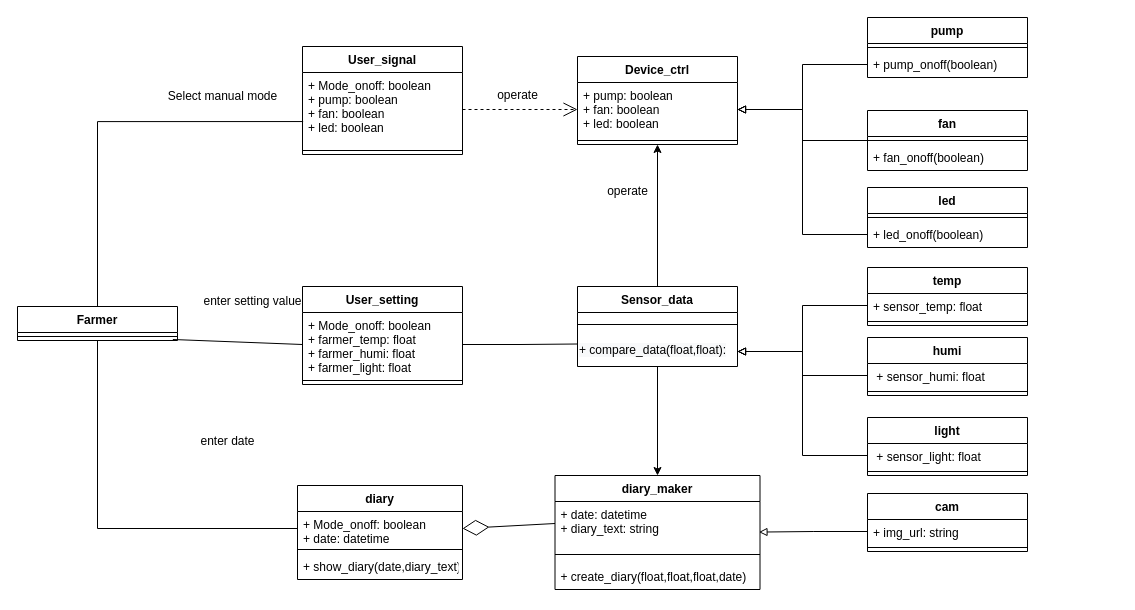
This is 5주차/클래스 다이어그램/class_dg_ver2.drawio from sonmyungwon/Software-Development, a draw.io file, before an edit. Source tidied: cells renumbered, new cells numbered last; positions are measured from the earlier drawing's top-left corner, leaving out a move shared by most shapes. Both pictures are drawn from the tidied source at 100%, with x=0, y=0 at pixel (17, 17).
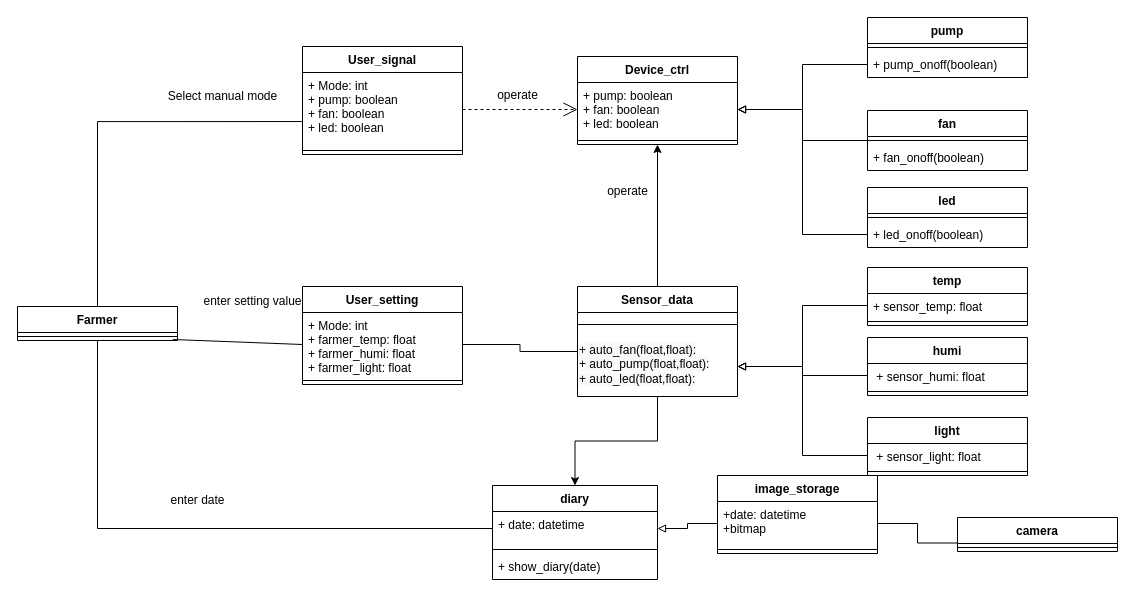
After the change.

The change refers to these unchanged cells:
```xml
<mxCell id="17" value="User_signal" style="swimlane;fontStyle=1;align=center;verticalAlign=top;horizontal=1;startSize=26;" parent="1" vertex="1">
  <mxGeometry x="285" y="29" width="160" height="108" as="geometry" />
</mxCell>
<mxCell id="20" value="User_setting" style="swimlane;fontStyle=1;align=center;verticalAlign=top;horizontal=1;startSize=26;" parent="1" vertex="1">
  <mxGeometry x="285" y="269" width="160" height="98" as="geometry" />
</mxCell>
```

Diff of the diagram source:
```diff
@@
     <mxCell id="6" value="Sensor_data" style="swimlane;fontStyle=1;align=center;verticalAlign=top;horizontal=1;startSize=26;" parent="1" vertex="1">
-      <mxGeometry x="560" y="269" width="160" height="80" as="geometry" />
+      <mxGeometry x="560" y="269" width="160" height="110" as="geometry" />
     </mxCell>
@@
-    <mxCell id="8" value="&lt;span style=&quot;color: rgb(0, 0, 0); font-family: Helvetica; font-size: 12px; font-style: normal; font-variant-ligatures: normal; font-variant-caps: normal; font-weight: 400; letter-spacing: normal; orphans: 2; text-align: left; text-indent: 0px; text-transform: none; widows: 2; word-spacing: 0px; -webkit-text-stroke-width: 0px; background-color: rgb(248, 249, 250); text-decoration-thickness: initial; text-decoration-style: initial; text-decoration-color: initial; float: none; display: inline !important;&quot;&gt;+ compare_data(float,float):&lt;/span&gt;" style="text;whiteSpace=wrap;html=1;" parent="6" vertex="1">
-      <mxGeometry y="50" width="160" height="30" as="geometry" />
+    <mxCell id="8" value="&lt;span style=&quot;color: rgb(0, 0, 0); font-family: Helvetica; font-size: 12px; font-style: normal; font-variant-ligatures: normal; font-variant-caps: normal; font-weight: 400; letter-spacing: normal; orphans: 2; text-align: left; text-indent: 0px; text-transform: none; widows: 2; word-spacing: 0px; -webkit-text-stroke-width: 0px; background-color: rgb(248, 249, 250); text-decoration-thickness: initial; text-decoration-style: initial; text-decoration-color: initial; float: none; display: inline !important;&quot;&gt;+ auto_fan(float,float):&lt;br&gt;+ auto_pump(float,float):&lt;br&gt;+ auto_led(float,float):&lt;br&gt;&lt;/span&gt;" style="text;whiteSpace=wrap;html=1;" parent="6" vertex="1">
+      <mxGeometry y="50" width="160" height="60" as="geometry" />
     </mxCell>
     <mxCell id="9" value="diary" style="swimlane;fontStyle=1;align=center;verticalAlign=top;horizontal=1;startSize=26;" parent="1" vertex="1">
-      <mxGeometry x="280" y="468" width="165" height="94" as="geometry" />
+      <mxGeometry x="475" y="468" width="165" height="94" as="geometry" />
     </mxCell>
-    <mxCell id="10" value="+ Mode_onoff: boolean&#10;+ date: datetime&#10;" style="text;strokeColor=none;fillColor=none;align=left;verticalAlign=top;spacingLeft=4;spacingRight=4;overflow=hidden;points=[[0,0.5],[1,0.5]];portConstraint=eastwest;" parent="9" vertex="1">
+    <mxCell id="10" value="+ date: datetime&#10;" style="text;strokeColor=none;fillColor=none;align=left;verticalAlign=top;spacingLeft=4;spacingRight=4;overflow=hidden;points=[[0,0.5],[1,0.5]];portConstraint=eastwest;" parent="9" vertex="1">
       <mxGeometry y="26" width="165" height="34" as="geometry" />
     </mxCell>
@@
-    <mxCell id="12" value="+ show_diary(date,diary_text)" style="text;strokeColor=none;fillColor=none;align=left;verticalAlign=top;spacingLeft=4;spacingRight=4;overflow=hidden;" parent="9" vertex="1">
+    <mxCell id="12" value="+ show_diary(date)" style="text;strokeColor=none;fillColor=none;align=left;verticalAlign=top;spacingLeft=4;spacingRight=4;overflow=hidden;" parent="9" vertex="1">
       <mxGeometry y="68" width="165" height="26" as="geometry" />
     </mxCell>
@@
-    <mxCell id="18" value="+ Mode_onoff: boolean&#10;+ pump: boolean&#10;+ fan: boolean&#10;+ led: boolean&#10;" style="text;strokeColor=none;fillColor=none;align=left;verticalAlign=top;spacingLeft=4;spacingRight=4;overflow=hidden;points=[[0,0.5],[1,0.5]];portConstraint=eastwest;" parent="17" vertex="1">
+    <mxCell id="18" value="+ Mode: int&#10;+ pump: boolean&#10;+ fan: boolean&#10;+ led: boolean&#10;" style="text;strokeColor=none;fillColor=none;align=left;verticalAlign=top;spacingLeft=4;spacingRight=4;overflow=hidden;points=[[0,0.5],[1,0.5]];portConstraint=eastwest;" parent="17" vertex="1">
       <mxGeometry y="26" width="160" height="74" as="geometry" />
     </mxCell>
@@
-    <mxCell id="21" value="+ Mode_onoff: boolean&#10;+ farmer_temp: float&#10;+ farmer_humi: float&#10;+ farmer_light: float" style="text;strokeColor=none;fillColor=none;align=left;verticalAlign=top;spacingLeft=4;spacingRight=4;overflow=hidden;points=[[0,0.5],[1,0.5]];portConstraint=eastwest;" parent="20" vertex="1">
+    <mxCell id="21" value="+ Mode: int&#10;+ farmer_temp: float&#10;+ farmer_humi: float&#10;+ farmer_light: float" style="text;strokeColor=none;fillColor=none;align=left;verticalAlign=top;spacingLeft=4;spacingRight=4;overflow=hidden;points=[[0,0.5],[1,0.5]];portConstraint=eastwest;" parent="20" vertex="1">
       <mxGeometry y="26" width="160" height="64" as="geometry" />
     </mxCell>
@@
     <mxCell id="28" value="enter date" style="text;html=1;align=center;verticalAlign=middle;strokeColor=none;fillColor=none;" parent="1" vertex="1">
-      <mxGeometry x="170" y="409" width="80" height="30" as="geometry" />
+      <mxGeometry x="140" y="468" width="80" height="30" as="geometry" />
     </mxCell>
-    <mxCell id="29" value="diary_maker" style="swimlane;fontStyle=1;align=center;verticalAlign=top;horizontal=1;startSize=26;" parent="1" vertex="1">
-      <mxGeometry x="537.5" y="458" width="205" height="114" as="geometry" />
-    </mxCell>
-    <mxCell id="30" value="+ date: datetime&#10;+ diary_text: string&#10;" style="text;strokeColor=none;fillColor=none;align=left;verticalAlign=top;spacingLeft=4;spacingRight=4;overflow=hidden;points=[[0,0.5],[1,0.5]];portConstraint=eastwest;" parent="29" vertex="1">
-      <mxGeometry y="26" width="205" height="44" as="geometry" />
-    </mxCell>
-    <mxCell id="31" style="line;strokeWidth=1;fillColor=none;align=left;verticalAlign=middle;spacingTop=-1;spacingLeft=3;spacingRight=3;labelPosition=right;strokeColor=inherit;" parent="29" vertex="1">
-      <mxGeometry y="70" width="205" height="18" as="geometry" />
-    </mxCell>
-    <mxCell id="32" value="+ create_diary(float,float,float,date)" style="text;strokeColor=none;fillColor=none;align=left;verticalAlign=top;spacingLeft=4;spacingRight=4;overflow=hidden;" parent="29" vertex="1">
-      <mxGeometry y="88" width="205" height="26" as="geometry" />
-    </mxCell>
-    <mxCell id="33" style="endArrow=diamondThin;endFill=0;endSize=24;html=1;rounded=0;exitX=0;exitY=0.5;exitDx=0;exitDy=0;entryX=1;entryY=0.5;entryDx=0;entryDy=0;" parent="1" edge="1" source="30" target="10">
-      <mxGeometry relative="1" as="geometry" />
-    </mxCell>
@@
-    <mxCell id="55" style="edgeStyle=orthogonalEdgeStyle;rounded=0;jettySize=auto;html=1;exitX=0.5;exitY=1;exitDx=0;exitDy=0;endArrow=classic;endFill=1;" parent="1" edge="1" source="8" target="29">
+    <mxCell id="55" style="edgeStyle=orthogonalEdgeStyle;rounded=0;jettySize=auto;html=1;exitX=0.5;exitY=1;exitDx=0;exitDy=0;endArrow=classic;endFill=1;" parent="1" edge="1" source="8" target="9">
       <mxGeometry relative="1" as="geometry" />
     </mxCell>
-    <mxCell id="56" value="cam" style="swimlane;fontStyle=1;align=center;verticalAlign=top;horizontal=1;startSize=26;" parent="1" vertex="1">
-      <mxGeometry x="850" y="476" width="160" height="58" as="geometry" />
+    <mxCell id="56" value="image_storage" style="swimlane;fontStyle=1;align=center;verticalAlign=top;horizontal=1;startSize=26;" parent="1" vertex="1">
+      <mxGeometry x="700" y="458" width="160" height="78" as="geometry" />
     </mxCell>
-    <mxCell id="57" value="+ img_url: string&#10;" style="text;strokeColor=none;fillColor=none;align=left;verticalAlign=top;spacingLeft=4;spacingRight=4;overflow=hidden;points=[[0,0.5],[1,0.5]];portConstraint=eastwest;" parent="56" vertex="1">
-      <mxGeometry y="26" width="160" height="24" as="geometry" />
+    <mxCell id="57" value="+date: datetime&#10;+bitmap" style="text;strokeColor=none;fillColor=none;align=left;verticalAlign=top;spacingLeft=4;spacingRight=4;overflow=hidden;points=[[0,0.5],[1,0.5]];portConstraint=eastwest;" parent="56" vertex="1">
+      <mxGeometry y="26" width="160" height="44" as="geometry" />
     </mxCell>
     <mxCell id="58" style="line;strokeWidth=1;fillColor=none;align=left;verticalAlign=middle;spacingTop=-1;spacingLeft=3;spacingRight=3;labelPosition=right;strokeColor=inherit;" parent="56" vertex="1">
-      <mxGeometry y="50" width="160" height="8" as="geometry" />
+      <mxGeometry y="70" width="160" height="8" as="geometry" />
     </mxCell>
-    <mxCell id="59" style="edgeStyle=orthogonalEdgeStyle;rounded=0;jettySize=auto;html=1;exitX=0;exitY=0.5;exitDx=0;exitDy=0;entryX=0.995;entryY=0.695;entryDx=0;entryDy=0;entryPerimeter=0;endArrow=block;endFill=0;" parent="1" edge="1" source="57" target="30">
+    <mxCell id="59" style="edgeStyle=orthogonalEdgeStyle;rounded=0;jettySize=auto;html=1;exitX=0;exitY=0.5;exitDx=0;exitDy=0;entryX=1;entryY=0.5;entryDx=0;entryDy=0;endArrow=block;endFill=0;" parent="1" edge="1" source="57" target="10">
       <mxGeometry relative="1" as="geometry" />
     </mxCell>
@@
+    <mxCell id="65" style="edgeStyle=orthogonalEdgeStyle;rounded=0;jettySize=auto;html=1;endArrow=none;endFill=0;entryX=0;entryY=0.75;entryDx=0;entryDy=0;" parent="1" edge="1" source="57" target="66">
+      <mxGeometry relative="1" as="geometry" />
+    </mxCell>
+    <mxCell id="66" value="camera" style="swimlane;fontStyle=1;align=center;verticalAlign=top;horizontal=1;startSize=26;" parent="1" vertex="1">
+      <mxGeometry x="940" y="500" width="160" height="34" as="geometry" />
+    </mxCell>
+    <mxCell id="67" style="line;strokeWidth=1;fillColor=none;align=left;verticalAlign=middle;spacingTop=-1;spacingLeft=3;spacingRight=3;labelPosition=right;strokeColor=inherit;" parent="66" vertex="1">
+      <mxGeometry y="26" width="160" height="8" as="geometry" />
+    </mxCell>
```
